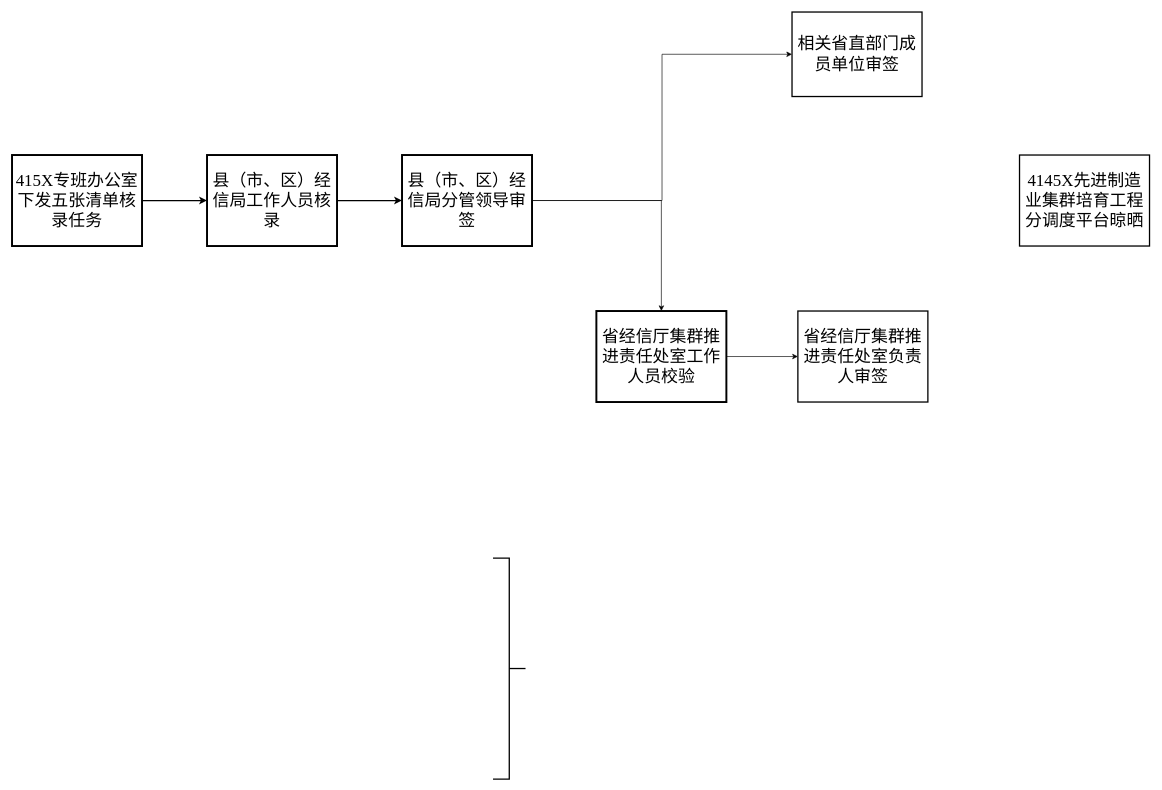
Above: 未命名绘图.drawio in to-day/Data (draw.io), before the change. Source tidied: cells renumbered, new cells numbered last; positions are measured from the earlier drawing's top-left corner, leaving out a move shared by most shapes. Both pictures are drawn from the tidied source at 65%, with x=0, y=0 at pixel (12, 12).
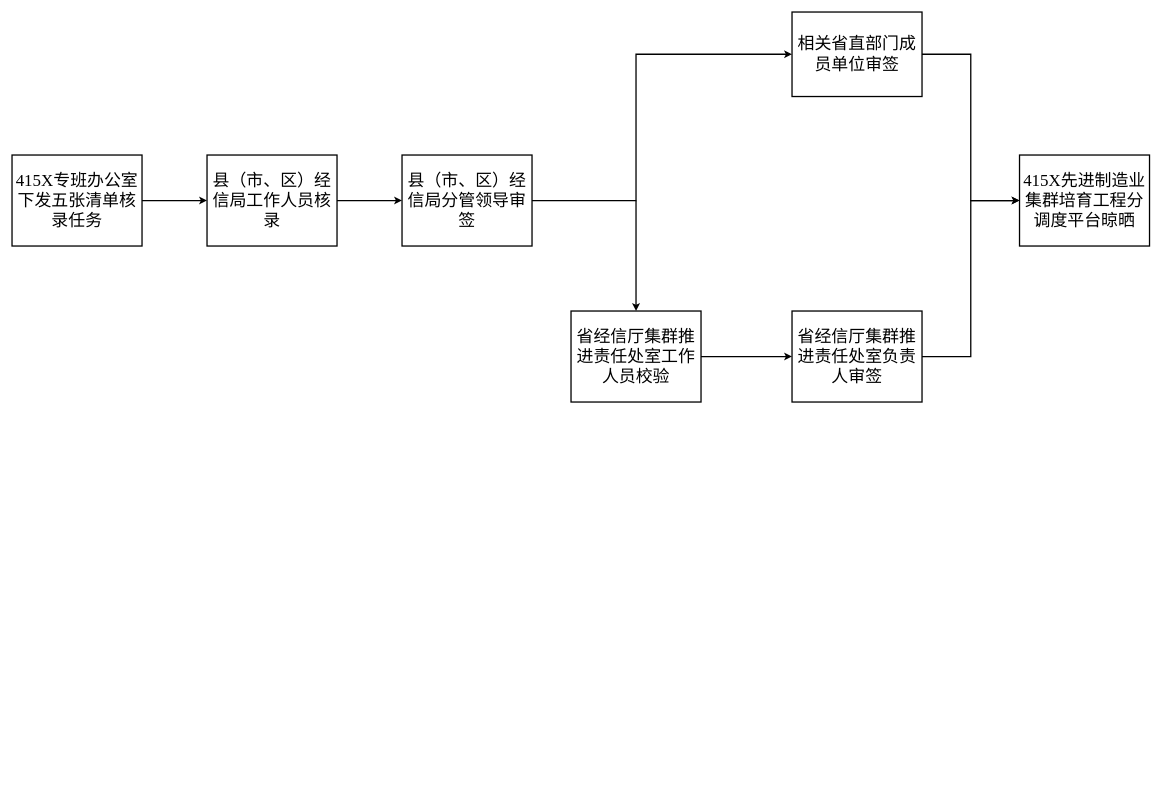
The same diagram, later.

Commit message:
更新未命名绘图.drawio

Unchanged cells that the change refers to:
```xml
<mxCell id="9" value="&lt;font style=&quot;font-size: 26px;&quot; face=&quot;Times New Roman&quot;&gt;相关省直部门成员单位审签&lt;/font&gt;" style="rounded=0;whiteSpace=wrap;html=1;strokeWidth=2;" parent="1" vertex="1">
  <mxGeometry x="1200" width="200" height="130" as="geometry" />
</mxCell>
```

Diff of the diagram source:
```diff
@@
-    <mxCell id="3" value="&lt;font face=&quot;Times New Roman&quot; style=&quot;font-size: 26px;&quot;&gt;415X专班办公室下发五张清单核录任务&lt;/font&gt;" style="rounded=0;whiteSpace=wrap;html=1;strokeWidth=3;" parent="1" vertex="1">
+    <mxCell id="3" value="&lt;font face=&quot;Times New Roman&quot; style=&quot;font-size: 26px;&quot;&gt;415X专班办公室下发五张清单核录任务&lt;/font&gt;" style="rounded=0;whiteSpace=wrap;html=1;strokeWidth=2;" parent="1" vertex="1">
       <mxGeometry y="220" width="200" height="140" as="geometry" />
     </mxCell>
@@
-    <mxCell id="5" value="&lt;font style=&quot;font-size: 26px;&quot; face=&quot;Times New Roman&quot;&gt;县（&lt;span style=&quot;&quot;&gt;市、区&lt;/span&gt;&lt;span style=&quot;&quot;&gt;）经信局工作人员核录&lt;/span&gt;&lt;/font&gt;" style="rounded=0;whiteSpace=wrap;html=1;strokeWidth=3;align=center;" parent="1" vertex="1">
+    <mxCell id="5" value="&lt;font style=&quot;font-size: 26px;&quot; face=&quot;Times New Roman&quot;&gt;县（&lt;span style=&quot;&quot;&gt;市、区&lt;/span&gt;&lt;span style=&quot;&quot;&gt;）经信局工作人员核录&lt;/span&gt;&lt;/font&gt;" style="rounded=0;whiteSpace=wrap;html=1;strokeWidth=2;align=center;" parent="1" vertex="1">
       <mxGeometry x="300" y="220" width="200" height="140" as="geometry" />
     </mxCell>
-    <mxCell id="6" style="edgeStyle=orthogonalEdgeStyle;rounded=0;jettySize=auto;html=1;exitX=1;exitY=0.5;exitDx=0;exitDy=0;entryX=0.5;entryY=0;entryDx=0;entryDy=0;fontFamily=Helvetica;fontSize=12;fontColor=default;" parent="1" edge="1" source="8" target="11">
-      <mxGeometry relative="1" as="geometry" />
-    </mxCell>
-    <mxCell id="7" style="edgeStyle=orthogonalEdgeStyle;rounded=0;jettySize=auto;html=1;exitX=1;exitY=0.5;exitDx=0;exitDy=0;entryX=0;entryY=0.5;entryDx=0;entryDy=0;fontFamily=Helvetica;fontSize=12;fontColor=default;" parent="1" edge="1" source="8" target="9">
-      <mxGeometry relative="1" as="geometry" />
+    <mxCell id="7" style="edgeStyle=orthogonalEdgeStyle;rounded=0;jettySize=auto;html=1;exitX=1;exitY=0.5;exitDx=0;exitDy=0;entryX=0;entryY=0.5;entryDx=0;entryDy=0;fontFamily=Helvetica;fontSize=12;fontColor=default;strokeWidth=2;" parent="1" edge="1" source="8" target="9">
+      <mxGeometry relative="1" as="geometry">
+        <Array as="points">
+          <mxPoint x="960" y="290" />
+          <mxPoint x="960" y="65" />
+        </Array>
+      </mxGeometry>
     </mxCell>
-    <mxCell id="8" value="&lt;font style=&quot;font-size: 26px;&quot;&gt;&lt;font style=&quot;border-color: var(--border-color); font-size: 26px;&quot; face=&quot;Times New Roman&quot;&gt;县（&lt;/font&gt;市、区&lt;font style=&quot;border-color: var(--border-color); font-size: 26px;&quot; face=&quot;Times New Roman&quot;&gt;&lt;span style=&quot;border-color: var(--border-color);&quot;&gt;）经信局分管领导审签&lt;/span&gt;&lt;/font&gt;&lt;/font&gt;" style="rounded=0;whiteSpace=wrap;html=1;strokeWidth=3;align=center;" parent="1" vertex="1">
+    <mxCell id="8" value="&lt;font style=&quot;font-size: 26px;&quot;&gt;&lt;font style=&quot;border-color: var(--border-color); font-size: 26px;&quot; face=&quot;Times New Roman&quot;&gt;县（&lt;/font&gt;市、区&lt;font style=&quot;border-color: var(--border-color); font-size: 26px;&quot; face=&quot;Times New Roman&quot;&gt;&lt;span style=&quot;border-color: var(--border-color);&quot;&gt;）经信局分管领导审签&lt;/span&gt;&lt;/font&gt;&lt;/font&gt;" style="rounded=0;whiteSpace=wrap;html=1;strokeWidth=2;align=center;" parent="1" vertex="1">
       <mxGeometry x="600" y="220" width="200" height="140" as="geometry" />
     </mxCell>
+    <mxCell id="15" style="edgeStyle=orthogonalEdgeStyle;rounded=0;jettySize=auto;html=1;exitX=1;exitY=0.5;exitDx=0;exitDy=0;entryX=0;entryY=0.5;entryDx=0;entryDy=0;fontFamily=Helvetica;fontSize=12;fontColor=default;strokeWidth=2;" parent="1" edge="1" source="9" target="13">
+      <mxGeometry relative="1" as="geometry" />
+    </mxCell>
@@
-    <mxCell id="10" style="edgeStyle=orthogonalEdgeStyle;rounded=0;jettySize=auto;html=1;exitX=1;exitY=0.5;exitDx=0;exitDy=0;entryX=0;entryY=0.5;entryDx=0;entryDy=0;fontFamily=Helvetica;fontSize=12;fontColor=default;" parent="1" edge="1" source="11" target="12">
+    <mxCell id="10" style="edgeStyle=orthogonalEdgeStyle;rounded=0;jettySize=auto;html=1;exitX=1;exitY=0.5;exitDx=0;exitDy=0;entryX=0;entryY=0.5;entryDx=0;entryDy=0;fontFamily=Helvetica;fontSize=12;fontColor=default;strokeWidth=2;" parent="1" edge="1" source="11" target="12">
       <mxGeometry relative="1" as="geometry" />
     </mxCell>
-    <mxCell id="11" value="&lt;font style=&quot;font-size: 26px;&quot; face=&quot;Times New Roman&quot;&gt;省经信厅集群推进责任处室工作人员校验&lt;/font&gt;" style="rounded=0;whiteSpace=wrap;html=1;strokeWidth=3;" parent="1" vertex="1">
-      <mxGeometry x="899" y="460" width="200" height="140" as="geometry" />
+    <mxCell id="11" value="&lt;font style=&quot;font-size: 26px;&quot; face=&quot;Times New Roman&quot;&gt;省经信厅集群推进责任处室工作人员校验&lt;/font&gt;" style="rounded=0;whiteSpace=wrap;html=1;strokeWidth=2;" parent="1" vertex="1">
+      <mxGeometry x="860" y="460" width="200" height="140" as="geometry" />
     </mxCell>
+    <mxCell id="16" style="edgeStyle=orthogonalEdgeStyle;rounded=0;jettySize=auto;html=1;exitX=1;exitY=0.5;exitDx=0;exitDy=0;entryX=0;entryY=0.5;entryDx=0;entryDy=0;fontFamily=Helvetica;fontSize=12;fontColor=default;strokeWidth=2;" parent="1" edge="1" source="12" target="13">
+      <mxGeometry relative="1" as="geometry" />
+    </mxCell>
     <mxCell id="12" value="&lt;font style=&quot;font-size: 26px;&quot; face=&quot;Times New Roman&quot;&gt;省经信厅集群推进责任处室负责人审签&lt;/font&gt;" style="rounded=0;whiteSpace=wrap;html=1;strokeWidth=2;" parent="1" vertex="1">
-      <mxGeometry x="1209" y="460" width="200" height="140" as="geometry" />
+      <mxGeometry x="1200" y="460" width="200" height="140" as="geometry" />
     </mxCell>
-    <mxCell id="13" value="&lt;font style=&quot;font-size: 26px;&quot; face=&quot;Times New Roman&quot;&gt;4145X先进制造业集群培育工程分调度平台晾晒&lt;/font&gt;" style="rounded=0;whiteSpace=wrap;html=1;strokeWidth=2;" parent="1" vertex="1">
+    <mxCell id="13" value="&lt;font style=&quot;font-size: 26px;&quot; face=&quot;Times New Roman&quot;&gt;415X先进制造业集群培育工程分调度平台晾晒&lt;/font&gt;" style="rounded=0;whiteSpace=wrap;html=1;strokeWidth=2;" parent="1" vertex="1">
       <mxGeometry x="1550" y="220" width="200" height="140" as="geometry" />
     </mxCell>
-    <mxCell id="14" style="strokeWidth=2;html=1;shape=mxgraph.flowchart.annotation_2;align=left;labelPosition=right;rotation=-180;" parent="1" vertex="1">
-      <mxGeometry x="740" y="840" width="50" height="340" as="geometry" />
-    </mxCell>
+    <mxCell id="17" style="endArrow=classic;html=1;rounded=0;fontFamily=Helvetica;fontSize=12;fontColor=default;strokeWidth=2;entryX=0.5;entryY=0;entryDx=0;entryDy=0;" parent="1" edge="1" target="11">
+      <mxGeometry relative="1" as="geometry">
+        <mxPoint x="960" y="290" as="sourcePoint" />
+      </mxGeometry>
+    </mxCell>
```
